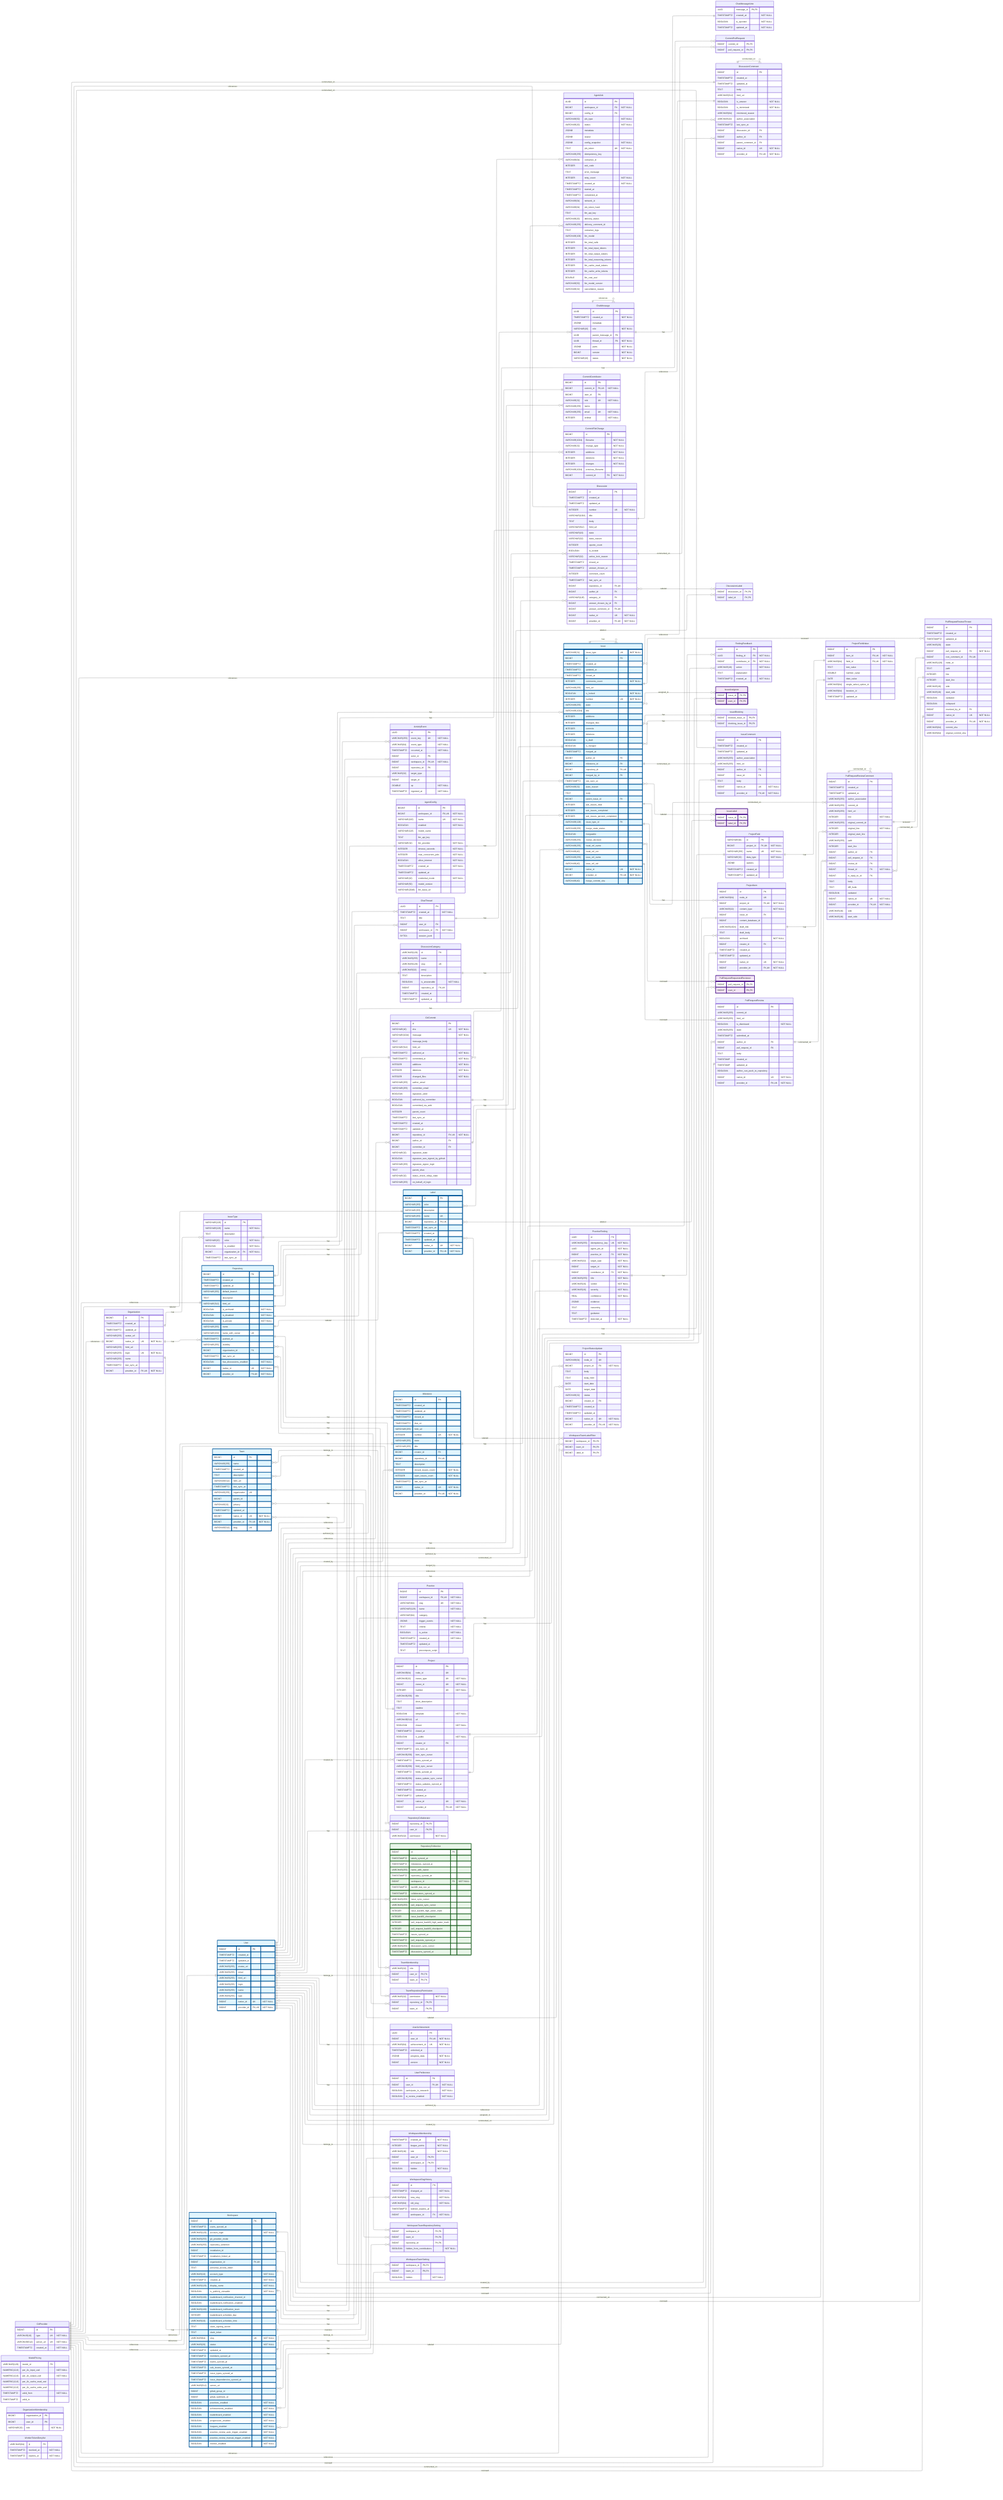
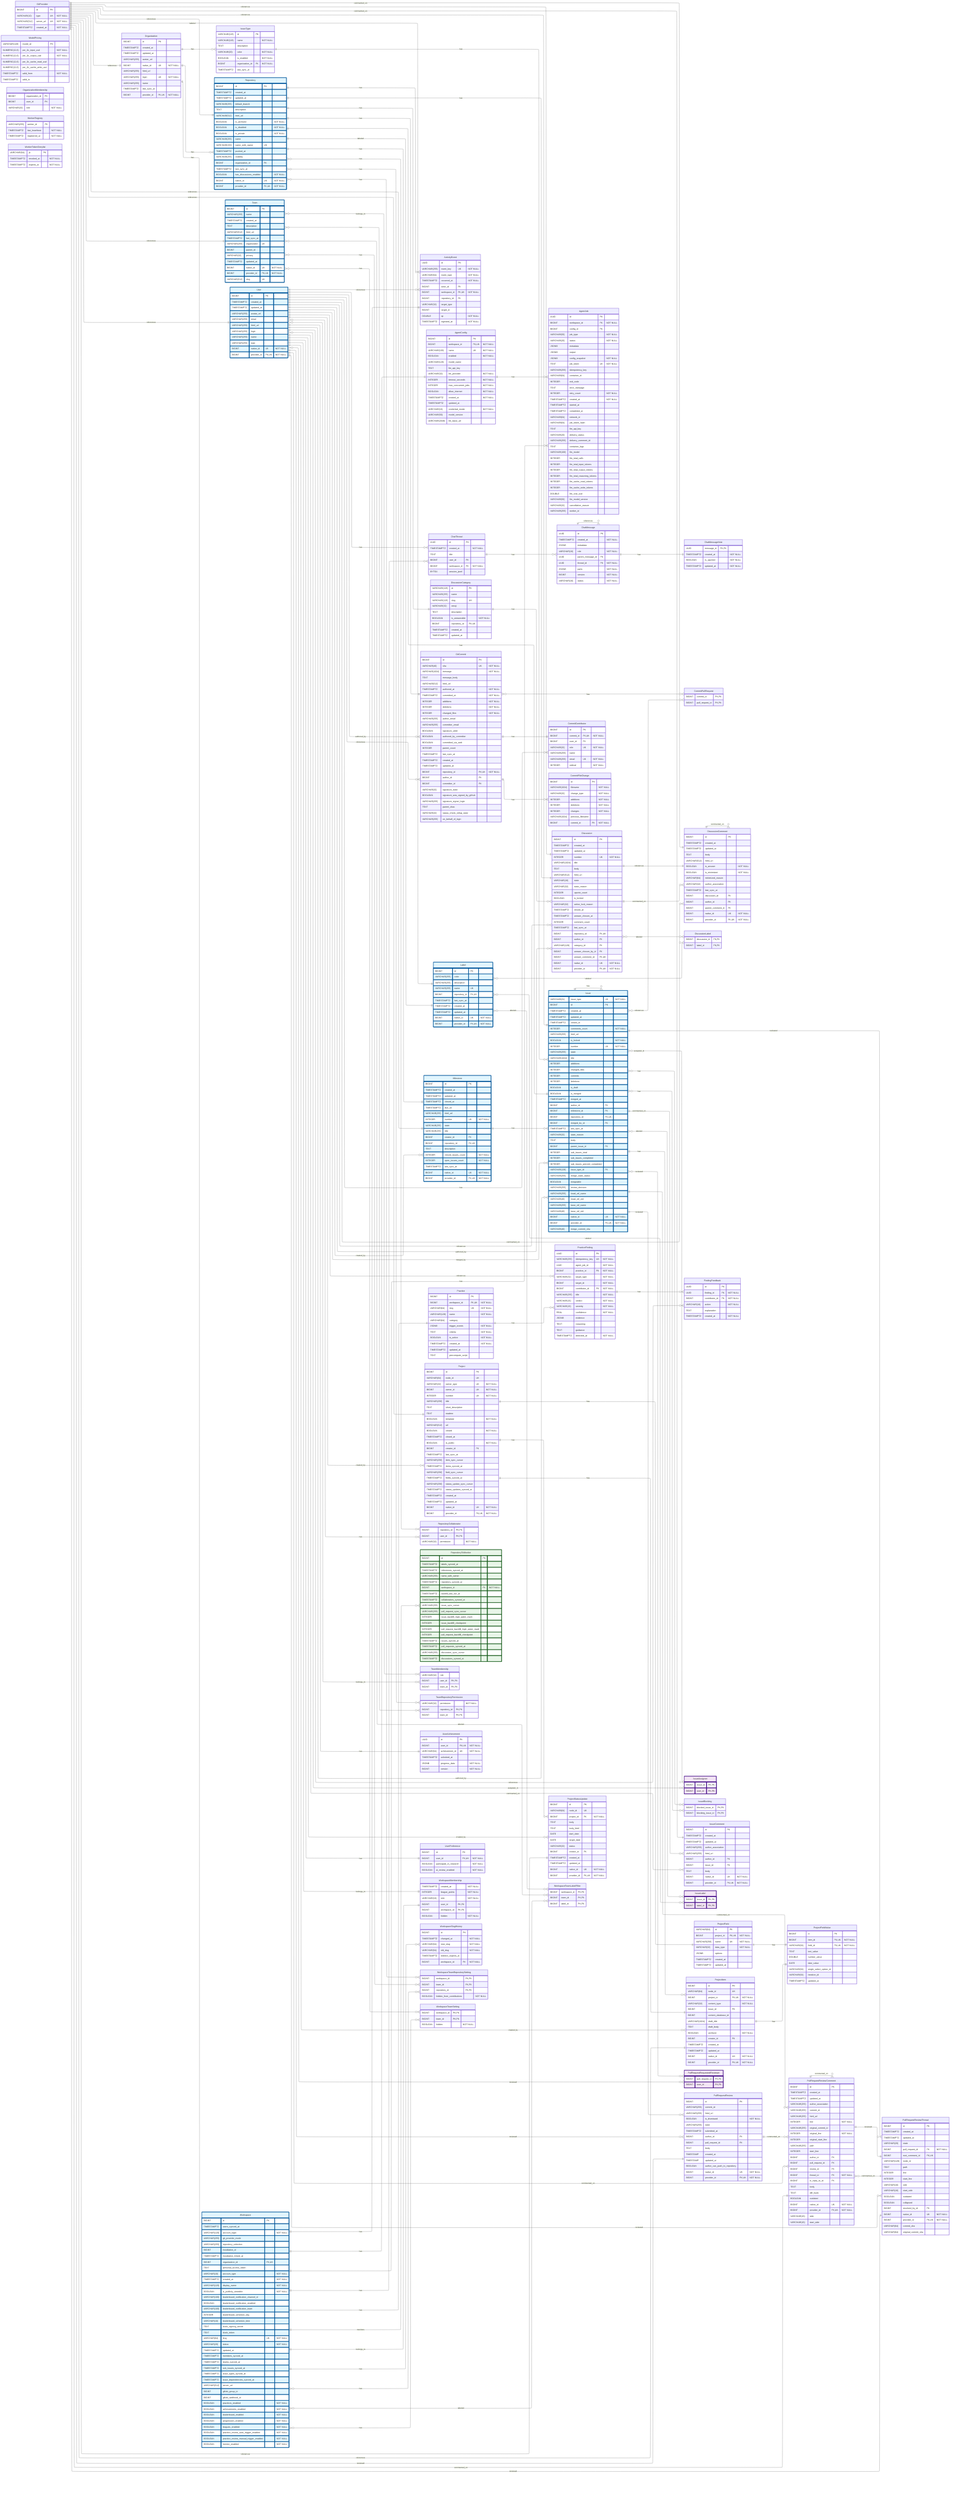
---
config:
    layout: elk
---
erDiagram
    %% Generated automatically from PostgreSQL database schema
    %% using scripts/generate-mermaid-erd.ts
    %% To regenerate: pnpm run db:generate-erd-docs

    direction LR

    ActivityEvent {
        UUID id PK
        VARCHAR(255) event_key UK "NOT NULL"
        VARCHAR(64) event_type "NOT NULL"
        TIMESTAMPTZ occurred_at "NOT NULL"
        BIGINT actor_id FK
        BIGINT workspace_id FK,UK "NOT NULL"
        BIGINT repository_id FK
        VARCHAR(32) target_type
        BIGINT target_id
        DOUBLE xp "NOT NULL"
        TIMESTAMPTZ ingested_at "NOT NULL"
    }

    AgentConfig {
        BIGINT id PK
        BIGINT workspace_id FK,UK "NOT NULL"
        VARCHAR(100) name UK "NOT NULL"
        BOOLEAN enabled "NOT NULL"
        VARCHAR(128) model_name
        TEXT llm_api_key
        VARCHAR(32) llm_provider "NOT NULL"
        INTEGER timeout_seconds "NOT NULL"
        INTEGER max_concurrent_jobs "NOT NULL"
        BOOLEAN allow_internet "NOT NULL"
        TIMESTAMPTZ created_at "NOT NULL"
        TIMESTAMPTZ updated_at
        VARCHAR(16) credential_mode "NOT NULL"
        VARCHAR(50) model_version
        VARCHAR(2048) llm_base_url
    }

    AgentJob {
        UUID id PK
        BIGINT workspace_id FK "NOT NULL"
        BIGINT config_id FK
        VARCHAR(50) job_type "NOT NULL"
        VARCHAR(20) status "NOT NULL"
        JSONB metadata
        JSONB output
        JSONB config_snapshot "NOT NULL"
        TEXT job_token UK "NOT NULL"
        VARCHAR(255) idempotency_key
        VARCHAR(64) container_id
        INTEGER exit_code
        TEXT error_message
        INTEGER retry_count "NOT NULL"
        TIMESTAMPTZ created_at "NOT NULL"
        TIMESTAMPTZ started_at
        TIMESTAMPTZ completed_at
        VARCHAR(64) network_id
        VARCHAR(64) job_token_hash
        TEXT llm_api_key
        VARCHAR(20) delivery_status
        VARCHAR(255) delivery_comment_id
        TEXT container_logs
        VARCHAR(100) llm_model
        INTEGER llm_total_calls
        INTEGER llm_total_input_tokens
        INTEGER llm_total_output_tokens
        INTEGER llm_total_reasoning_tokens
        INTEGER llm_cache_read_tokens
        INTEGER llm_cache_write_tokens
        DOUBLE llm_cost_usd
        VARCHAR(50) llm_model_version
        VARCHAR(32) cancellation_reason
+         VARCHAR(255) worker_id
    }

    ChatMessage {
        UUID id PK
        TIMESTAMPTZ created_at "NOT NULL"
        JSONB metadata
        VARCHAR(16) role "NOT NULL"
        UUID parent_message_id FK
        UUID thread_id FK "NOT NULL"
        JSONB parts "NOT NULL"
        BIGINT version "NOT NULL"
        VARCHAR(16) status "NOT NULL"
    }

    ChatMessageVote {
        UUID message_id PK,FK
        TIMESTAMPTZ created_at "NOT NULL"
        BOOLEAN is_upvoted "NOT NULL"
        TIMESTAMPTZ updated_at "NOT NULL"
    }

    ChatThread {
        UUID id PK
        TIMESTAMPTZ created_at "NOT NULL"
        TEXT title
        BIGINT user_id FK
        BIGINT workspace_id FK "NOT NULL"
        BYTEA session_jsonl
    }

    CommitContributor {
        BIGINT id PK
        BIGINT commit_id FK,UK "NOT NULL"
        BIGINT user_id FK
        VARCHAR(32) role UK "NOT NULL"
        VARCHAR(255) name
        VARCHAR(255) email UK "NOT NULL"
        INTEGER ordinal "NOT NULL"
    }

    CommitFileChange {
        BIGINT id PK
        VARCHAR(1024) filename "NOT NULL"
        VARCHAR(32) change_type "NOT NULL"
        INTEGER additions "NOT NULL"
        INTEGER deletions "NOT NULL"
        INTEGER changes "NOT NULL"
        VARCHAR(1024) previous_filename
        BIGINT commit_id FK "NOT NULL"
    }

    CommitPullRequest {
        BIGINT commit_id PK,FK
        BIGINT pull_request_id PK,FK
    }

    Discussion {
        BIGINT id PK
        TIMESTAMPTZ created_at
        TIMESTAMPTZ updated_at
        INTEGER number UK "NOT NULL"
        VARCHAR(1024) title
        TEXT body
        VARCHAR(512) html_url
        VARCHAR(16) state
        VARCHAR(32) state_reason
        INTEGER upvote_count
        BOOLEAN is_locked
        VARCHAR(32) active_lock_reason
        TIMESTAMPTZ closed_at
        TIMESTAMPTZ answer_chosen_at
        INTEGER comment_count
        TIMESTAMPTZ last_sync_at
        BIGINT repository_id FK,UK
        BIGINT author_id FK
        VARCHAR(128) category_id FK
        BIGINT answer_chosen_by_id FK
        BIGINT answer_comment_id FK,UK
        BIGINT native_id UK "NOT NULL"
        BIGINT provider_id FK,UK "NOT NULL"
    }

    DiscussionCategory {
        VARCHAR(128) id PK
        VARCHAR(255) name
        VARCHAR(128) slug UK
        VARCHAR(32) emoji
        TEXT description
        BOOLEAN is_answerable "NOT NULL"
        BIGINT repository_id FK,UK
        TIMESTAMPTZ created_at
        TIMESTAMPTZ updated_at
    }

    DiscussionComment {
        BIGINT id PK
        TIMESTAMPTZ created_at
        TIMESTAMPTZ updated_at
        TEXT body
        VARCHAR(512) html_url
        BOOLEAN is_answer "NOT NULL"
        BOOLEAN is_minimized "NOT NULL"
        VARCHAR(64) minimized_reason
        VARCHAR(32) author_association
        TIMESTAMPTZ last_sync_at
        BIGINT discussion_id FK
        BIGINT author_id FK
        BIGINT parent_comment_id FK
        BIGINT native_id UK "NOT NULL"
        BIGINT provider_id FK,UK "NOT NULL"
    }

    DiscussionLabel {
        BIGINT discussion_id PK,FK
        BIGINT label_id PK,FK
    }

    FindingFeedback {
        UUID id PK
        UUID finding_id FK "NOT NULL"
        BIGINT contributor_id FK "NOT NULL"
        VARCHAR(16) action "NOT NULL"
        TEXT explanation
        TIMESTAMPTZ created_at "NOT NULL"
    }

    GitCommit {
        BIGINT id PK
        VARCHAR(40) sha UK "NOT NULL"
        VARCHAR(1024) message "NOT NULL"
        TEXT message_body
        VARCHAR(512) html_url
        TIMESTAMPTZ authored_at "NOT NULL"
        TIMESTAMPTZ committed_at "NOT NULL"
        INTEGER additions "NOT NULL"
        INTEGER deletions "NOT NULL"
        INTEGER changed_files "NOT NULL"
        VARCHAR(255) author_email
        VARCHAR(255) committer_email
        BOOLEAN signature_valid
        BOOLEAN authored_by_committer
        BOOLEAN committed_via_web
        INTEGER parent_count
        TIMESTAMPTZ last_sync_at
        TIMESTAMPTZ created_at
        TIMESTAMPTZ updated_at
        BIGINT repository_id FK,UK "NOT NULL"
        BIGINT author_id FK
        BIGINT committer_id FK
        VARCHAR(32) signature_state
        BOOLEAN signature_was_signed_by_github
        VARCHAR(255) signature_signer_login
        TEXT parent_shas
        VARCHAR(32) status_check_rollup_state
        VARCHAR(255) on_behalf_of_login
    }

    GitProvider {
        BIGINT id PK
        VARCHAR(10) type UK "NOT NULL"
        VARCHAR(512) server_url UK "NOT NULL"
        TIMESTAMPTZ created_at "NOT NULL"
    }

    Issue {
        VARCHAR(31) issue_type UK "NOT NULL"
        BIGINT id PK
        TIMESTAMPTZ created_at
        TIMESTAMPTZ updated_at
        TIMESTAMPTZ closed_at
        INTEGER comments_count "NOT NULL"
        VARCHAR(255) html_url
        BOOLEAN is_locked "NOT NULL"
        INTEGER number UK "NOT NULL"
        VARCHAR(255) state
        VARCHAR(1024) title
        INTEGER additions
        INTEGER changed_files
        INTEGER commits
        INTEGER deletions
        BOOLEAN is_draft
        BOOLEAN is_merged
        TIMESTAMPTZ merged_at
        BIGINT author_id FK
        BIGINT milestone_id FK
        BIGINT repository_id FK,UK
        BIGINT merged_by_id FK
        TIMESTAMPTZ last_sync_at
        VARCHAR(32) state_reason
        TEXT body
        BIGINT parent_issue_id FK
        INTEGER sub_issues_total
        INTEGER sub_issues_completed
        INTEGER sub_issues_percent_completed
        VARCHAR(128) issue_type_id FK
        VARCHAR(255) merge_state_status
        BOOLEAN mergeable
        VARCHAR(255) review_decision
        VARCHAR(255) head_ref_name
        VARCHAR(40) head_ref_oid
        VARCHAR(255) base_ref_name
        VARCHAR(40) base_ref_oid
        BIGINT native_id UK "NOT NULL"
        BIGINT provider_id FK,UK "NOT NULL"
        VARCHAR(40) merge_commit_sha
    }

    IssueAssignee {
        BIGINT issue_id PK,FK
        BIGINT user_id PK,FK
    }

    IssueBlocking {
        BIGINT blocked_issue_id PK,FK
        BIGINT blocking_issue_id PK,FK
    }

    IssueComment {
        BIGINT id PK
        TIMESTAMPTZ created_at
        TIMESTAMPTZ updated_at
        VARCHAR(255) author_association
        VARCHAR(255) html_url
        BIGINT author_id FK
        BIGINT issue_id FK
        TEXT body
        BIGINT native_id UK "NOT NULL"
        BIGINT provider_id FK,UK "NOT NULL"
    }

    IssueLabel {
        BIGINT issue_id PK,FK
        BIGINT label_id PK,FK
    }

    IssueType {
        VARCHAR(128) id PK
        VARCHAR(128) name "NOT NULL"
        TEXT description
        VARCHAR(20) color "NOT NULL"
        BOOLEAN is_enabled "NOT NULL"
        BIGINT organization_id FK "NOT NULL"
        TIMESTAMPTZ last_sync_at
    }

    Label {
        BIGINT id PK
        VARCHAR(255) color
        VARCHAR(255) description
        VARCHAR(255) name UK
        BIGINT repository_id FK,UK
        TIMESTAMPTZ last_sync_at
        TIMESTAMPTZ created_at
        TIMESTAMPTZ updated_at
        BIGINT native_id UK "NOT NULL"
        BIGINT provider_id FK,UK "NOT NULL"
    }

    Milestone {
        BIGINT id PK
        TIMESTAMPTZ created_at
        TIMESTAMPTZ updated_at
        TIMESTAMPTZ closed_at
        TIMESTAMPTZ due_on
        VARCHAR(255) html_url
        INTEGER number UK "NOT NULL"
        VARCHAR(255) state
        VARCHAR(255) title
        BIGINT creator_id FK
        BIGINT repository_id FK,UK
        TEXT description
        INTEGER closed_issues_count "NOT NULL"
        INTEGER open_issues_count "NOT NULL"
        TIMESTAMPTZ last_sync_at
        BIGINT native_id UK "NOT NULL"
        BIGINT provider_id FK,UK "NOT NULL"
    }

    ModelPricing {
        VARCHAR(128) model_id PK
        NUMERIC(12,6) per_1k_input_usd "NOT NULL"
        NUMERIC(12,6) per_1k_output_usd "NOT NULL"
        NUMERIC(12,6) per_1k_cache_read_usd
        NUMERIC(12,6) per_1k_cache_write_usd
        TIMESTAMPTZ valid_from "NOT NULL"
        TIMESTAMPTZ valid_to
    }

    Organization {
        BIGINT id PK
        TIMESTAMPTZ created_at
        TIMESTAMPTZ updated_at
        VARCHAR(255) avatar_url
        BIGINT native_id UK "NOT NULL"
        VARCHAR(255) html_url
        VARCHAR(255) login UK "NOT NULL"
        VARCHAR(255) name
        TIMESTAMPTZ last_sync_at
        BIGINT provider_id FK,UK "NOT NULL"
    }

    OrganizationMembership {
        BIGINT organization_id PK
        BIGINT user_id PK
        VARCHAR(32) role "NOT NULL"
    }

    Practice {
        BIGINT id PK
        BIGINT workspace_id FK,UK "NOT NULL"
        VARCHAR(64) slug UK "NOT NULL"
        VARCHAR(128) name "NOT NULL"
        VARCHAR(64) category
        JSONB trigger_events "NOT NULL"
        TEXT criteria "NOT NULL"
        BOOLEAN is_active "NOT NULL"
        TIMESTAMPTZ created_at "NOT NULL"
        TIMESTAMPTZ updated_at
        TEXT precompute_script
    }

    PracticeFinding {
        UUID id PK
        VARCHAR(255) idempotency_key UK "NOT NULL"
        UUID agent_job_id "NOT NULL"
        BIGINT practice_id FK "NOT NULL"
        VARCHAR(32) target_type "NOT NULL"
        BIGINT target_id "NOT NULL"
        BIGINT contributor_id FK "NOT NULL"
        VARCHAR(255) title "NOT NULL"
        VARCHAR(16) verdict "NOT NULL"
        VARCHAR(16) severity "NOT NULL"
        REAL confidence "NOT NULL"
        JSONB evidence
        TEXT reasoning
        TEXT guidance
        TIMESTAMPTZ detected_at "NOT NULL"
    }

    Project {
        BIGINT id PK
        VARCHAR(64) node_id UK
        VARCHAR(32) owner_type UK "NOT NULL"
        BIGINT owner_id UK "NOT NULL"
        INTEGER number UK "NOT NULL"
        VARCHAR(256) title
        TEXT short_description
        TEXT readme
        BOOLEAN template "NOT NULL"
        VARCHAR(512) url
        BOOLEAN closed "NOT NULL"
        TIMESTAMPTZ closed_at
        BOOLEAN is_public "NOT NULL"
        BIGINT creator_id FK
        TIMESTAMPTZ last_sync_at
        VARCHAR(256) item_sync_cursor
        TIMESTAMPTZ items_synced_at
        VARCHAR(256) field_sync_cursor
        TIMESTAMPTZ fields_synced_at
        VARCHAR(256) status_update_sync_cursor
        TIMESTAMPTZ status_updates_synced_at
        TIMESTAMPTZ created_at
        TIMESTAMPTZ updated_at
        BIGINT native_id UK "NOT NULL"
        BIGINT provider_id FK,UK "NOT NULL"
    }

    ProjectField {
        VARCHAR(64) id PK
        BIGINT project_id FK,UK "NOT NULL"
        VARCHAR(256) name UK "NOT NULL"
        VARCHAR(32) data_type "NOT NULL"
        JSONB options
        TIMESTAMPTZ created_at
        TIMESTAMPTZ updated_at
    }

    ProjectFieldValue {
        BIGINT id PK
        BIGINT item_id FK,UK "NOT NULL"
        VARCHAR(64) field_id FK,UK "NOT NULL"
        TEXT text_value
        DOUBLE number_value
        DATE date_value
        VARCHAR(64) single_select_option_id
        VARCHAR(64) iteration_id
        TIMESTAMPTZ updated_at
    }

    ProjectItem {
        BIGINT id PK
        VARCHAR(64) node_id UK
        BIGINT project_id FK,UK "NOT NULL"
        VARCHAR(32) content_type "NOT NULL"
        BIGINT issue_id FK
        BIGINT content_database_id
        VARCHAR(1024) draft_title
        TEXT draft_body
        BOOLEAN archived "NOT NULL"
        BIGINT creator_id FK
        TIMESTAMPTZ created_at
        TIMESTAMPTZ updated_at
        BIGINT native_id UK "NOT NULL"
        BIGINT provider_id FK,UK "NOT NULL"
    }

    ProjectStatusUpdate {
        BIGINT id PK
        VARCHAR(64) node_id UK
        BIGINT project_id FK "NOT NULL"
        TEXT body
        TEXT body_html
        DATE start_date
        DATE target_date
        VARCHAR(32) status
        BIGINT creator_id FK
        TIMESTAMPTZ created_at
        TIMESTAMPTZ updated_at
        BIGINT native_id UK "NOT NULL"
        BIGINT provider_id FK,UK "NOT NULL"
    }

    PullRequestRequestedReviewer {
        BIGINT pull_request_id PK,FK
        BIGINT user_id PK,FK
    }

    PullRequestReview {
        BIGINT id PK
        VARCHAR(255) commit_id
        VARCHAR(255) html_url
        BOOLEAN is_dismissed "NOT NULL"
        VARCHAR(255) state
        TIMESTAMPTZ submitted_at
        BIGINT author_id FK
        BIGINT pull_request_id FK
        TEXT body
        TIMESTAMP created_at
        TIMESTAMP updated_at
        BOOLEAN author_can_push_to_repository
        BIGINT native_id UK "NOT NULL"
        BIGINT provider_id FK,UK "NOT NULL"
    }

    PullRequestReviewComment {
        BIGINT id PK
        TIMESTAMPTZ created_at
        TIMESTAMPTZ updated_at
        VARCHAR(255) author_association
        VARCHAR(255) commit_id
        VARCHAR(255) html_url
        INTEGER line "NOT NULL"
        VARCHAR(255) original_commit_id
        INTEGER original_line "NOT NULL"
        INTEGER original_start_line
        VARCHAR(255) path
        INTEGER start_line
        BIGINT author_id FK
        BIGINT pull_request_id FK
        BIGINT review_id FK
        BIGINT thread_id FK "NOT NULL"
        BIGINT in_reply_to_id FK
        TEXT body
        TEXT diff_hunk
        BOOLEAN outdated
        BIGINT native_id UK "NOT NULL"
        BIGINT provider_id FK,UK "NOT NULL"
        VARCHAR(16) side
        VARCHAR(16) start_side
    }

    PullRequestReviewThread {
        BIGINT id PK
        TIMESTAMPTZ created_at
        TIMESTAMPTZ updated_at
        VARCHAR(20) state
        BIGINT pull_request_id FK "NOT NULL"
        BIGINT root_comment_id FK,UK
        VARCHAR(128) node_id
        TEXT path
        INTEGER line
        INTEGER start_line
        VARCHAR(16) side
        VARCHAR(16) start_side
        BOOLEAN outdated
        BOOLEAN collapsed
        BIGINT resolved_by_id FK
        BIGINT native_id UK "NOT NULL"
        BIGINT provider_id FK,UK "NOT NULL"
        VARCHAR(64) commit_sha
        VARCHAR(64) original_commit_sha
    }

    Repository {
        BIGINT id PK
        TIMESTAMPTZ created_at
        TIMESTAMPTZ updated_at
        VARCHAR(255) default_branch
        TEXT description
        VARCHAR(512) html_url
        BOOLEAN is_archived "NOT NULL"
        BOOLEAN is_disabled "NOT NULL"
        BOOLEAN is_private "NOT NULL"
        VARCHAR(255) name
        VARCHAR(150) name_with_owner UK
        TIMESTAMPTZ pushed_at
        VARCHAR(255) visibility
        BIGINT organization_id FK
        TIMESTAMPTZ last_sync_at
        BOOLEAN has_discussions_enabled "NOT NULL"
        BIGINT native_id UK "NOT NULL"
        BIGINT provider_id FK,UK "NOT NULL"
    }

    RepositoryCollaborator {
        BIGINT repository_id PK,FK
        BIGINT user_id PK,FK
        VARCHAR(32) permission "NOT NULL"
    }

    RepositoryToMonitor {
        BIGINT id PK
        TIMESTAMPTZ labels_synced_at
        TIMESTAMPTZ milestones_synced_at
        VARCHAR(255) name_with_owner
        TIMESTAMPTZ repository_synced_at
        BIGINT workspace_id FK "NOT NULL"
        TIMESTAMPTZ backfill_last_run_at
        TIMESTAMPTZ collaborators_synced_at
        VARCHAR(255) issue_sync_cursor
        VARCHAR(255) pull_request_sync_cursor
        INTEGER issue_backfill_high_water_mark
        INTEGER issue_backfill_checkpoint
        INTEGER pull_request_backfill_high_water_mark
        INTEGER pull_request_backfill_checkpoint
        TIMESTAMPTZ issues_synced_at
        TIMESTAMPTZ pull_requests_synced_at
        VARCHAR(255) discussion_sync_cursor
        TIMESTAMPTZ discussions_synced_at
    }

    Team {
        BIGINT id PK
        VARCHAR(255) name
        TIMESTAMPTZ created_at
        TEXT description
        VARCHAR(512) html_url
        TIMESTAMPTZ last_sync_at
        VARCHAR(255) organization UK
        BIGINT parent_id
        VARCHAR(32) privacy
        TIMESTAMPTZ updated_at
        BIGINT native_id UK "NOT NULL"
        BIGINT provider_id FK,UK "NOT NULL"
        VARCHAR(512) slug UK
    }

    TeamMembership {
        VARCHAR(32) role
        BIGINT user_id PK,FK
        BIGINT team_id PK,FK
    }

    TeamRepositoryPermission {
        VARCHAR(32) permission "NOT NULL"
        BIGINT repository_id PK,FK
        BIGINT team_id PK,FK
    }

    User {
        BIGINT id PK
        TIMESTAMPTZ created_at
        TIMESTAMPTZ updated_at
        VARCHAR(255) avatar_url
        VARCHAR(255) email
        VARCHAR(255) html_url
        VARCHAR(255) login
        VARCHAR(255) name
        VARCHAR(255) type
        BIGINT native_id UK "NOT NULL"
        BIGINT provider_id FK,UK "NOT NULL"
    }

    UserAchievement {
        UUID id PK
        BIGINT user_id FK,UK "NOT NULL"
        VARCHAR(64) achievement_id UK "NOT NULL"
        TIMESTAMPTZ unlocked_at
        JSONB progress_data "NOT NULL"
        BIGINT version "NOT NULL"
    }

    UserPreference {
        BIGINT id PK
        BIGINT user_id FK,UK "NOT NULL"
        BOOLEAN participate_in_research "NOT NULL"
        BOOLEAN ai_review_enabled "NOT NULL"
+     }
+ 
+     WorkerRegistry {
+         VARCHAR(255) worker_id PK
+         TIMESTAMPTZ last_heartbeat "NOT NULL"
+         TIMESTAMPTZ registered_at "NOT NULL"
    }

    WorkerTokenDenylist {
        VARCHAR(64) jti PK
        TIMESTAMPTZ revoked_at "NOT NULL"
        TIMESTAMPTZ expires_at "NOT NULL"
    }

    Workspace {
        BIGINT id PK
        TIMESTAMPTZ users_synced_at
        VARCHAR(120) account_login "NOT NULL"
        VARCHAR(255) git_provider_mode
        VARCHAR(255) repository_selection
        BIGINT installation_id
        TIMESTAMPTZ installation_linked_at
        BIGINT organization_id FK,UK
        TEXT personal_access_token
        VARCHAR(10) account_type "NOT NULL"
        TIMESTAMPTZ created_at "NOT NULL"
        VARCHAR(120) display_name "NOT NULL"
        BOOLEAN is_publicly_viewable "NOT NULL"
        VARCHAR(100) leaderboard_notification_channel_id
        BOOLEAN leaderboard_notification_enabled
        VARCHAR(100) leaderboard_notification_team
        INTEGER leaderboard_schedule_day
        VARCHAR(10) leaderboard_schedule_time
        TEXT slack_signing_secret
        TEXT slack_token
        VARCHAR(64) slug UK "NOT NULL"
        VARCHAR(20) status "NOT NULL"
        TIMESTAMPTZ updated_at
        TIMESTAMPTZ members_synced_at
        TIMESTAMPTZ teams_synced_at
        TIMESTAMPTZ sub_issues_synced_at
        TIMESTAMPTZ issue_types_synced_at
        TIMESTAMPTZ issue_dependencies_synced_at
        VARCHAR(512) server_url
        BIGINT gitlab_group_id
        BIGINT gitlab_webhook_id
        BOOLEAN practices_enabled "NOT NULL"
        BOOLEAN achievements_enabled "NOT NULL"
        BOOLEAN leaderboard_enabled "NOT NULL"
        BOOLEAN progression_enabled "NOT NULL"
        BOOLEAN leagues_enabled "NOT NULL"
        BOOLEAN practice_review_auto_trigger_enabled "NOT NULL"
        BOOLEAN practice_review_manual_trigger_enabled "NOT NULL"
        BOOLEAN mentor_enabled "NOT NULL"
    }

    WorkspaceMembership {
        TIMESTAMPTZ created_at "NOT NULL"
        INTEGER league_points "NOT NULL"
        VARCHAR(16) role "NOT NULL"
        BIGINT user_id PK,FK
        BIGINT workspace_id PK,FK
        BOOLEAN hidden "NOT NULL"
    }

    WorkspaceSlugHistory {
        BIGINT id PK
        TIMESTAMPTZ changed_at "NOT NULL"
        VARCHAR(64) new_slug "NOT NULL"
        VARCHAR(64) old_slug "NOT NULL"
        TIMESTAMPTZ redirect_expires_at
        BIGINT workspace_id FK "NOT NULL"
    }

    WorkspaceTeamLabelFilter {
        BIGINT workspace_id PK,FK
        BIGINT team_id PK,FK
        BIGINT label_id PK,FK
    }

    WorkspaceTeamRepositorySetting {
        BIGINT workspace_id PK,FK
        BIGINT team_id PK,FK
        BIGINT repository_id PK,FK
        BOOLEAN hidden_from_contributions "NOT NULL"
    }

    WorkspaceTeamSetting {
        BIGINT workspace_id PK,FK
        BIGINT team_id PK,FK
        BOOLEAN hidden "NOT NULL"
    }

    %% Relationships
    %% One-to-One relationships
    Workspace ||--|| ActivityEvent : has
    Workspace ||--|| AgentConfig : has
    ChatMessage ||--|| ChatMessageVote : has
    GitCommit ||--|| CommitContributor : has
    DiscussionComment ||--|| Discussion : references
    GitProvider ||--|| Discussion : references
    Repository ||--|| Discussion : has
    Repository ||--|| DiscussionCategory : has
    GitProvider ||--|| DiscussionComment : commented_on
    Repository ||--|| GitCommit : has
    GitProvider ||--|| Issue : references
    Repository ||--|| Issue : has
    GitProvider ||--|| IssueComment : commented_on
    GitProvider ||--|| Label : labeled
    Repository ||--|| Label : labeled
    GitProvider ||--|| Milestone : references
    Repository ||--|| Milestone : has
    GitProvider ||--|| Organization : references
    Workspace ||--|| Practice : has
    GitProvider ||--|| Project : references
    Project ||--|| ProjectField : has
    ProjectField ||--|| ProjectFieldValue : has
    ProjectItem ||--|| ProjectFieldValue : has
    Project ||--|| ProjectItem : has
    GitProvider ||--|| ProjectItem : references
    GitProvider ||--|| ProjectStatusUpdate : references
    GitProvider ||--|| PullRequestReview : reviewed
    GitProvider ||--|| PullRequestReviewComment : commented_on
    GitProvider ||--|| PullRequestReviewThread : reviewed
    PullRequestReviewComment ||--|| PullRequestReviewThread : reviewed
    GitProvider ||--|| Repository : references
    GitProvider ||--|| Team : references
    GitProvider ||--|| User : references
    User ||--|| UserAchievement : has
    User ||--|| UserPreference : has
    Organization ||--|| Workspace : has
    User ||--|| WorkspaceMembership : belongs_to
    Workspace ||--|| WorkspaceMembership : belongs_to

    %% One-to-Many relationships
    User ||--o{ ActivityEvent : references
    Repository ||--o{ ActivityEvent : has
    AgentConfig ||--o{ AgentJob : has
    Workspace ||--o{ AgentJob : has
    ChatMessage ||--o{ ChatMessage : references
    ChatThread ||--o{ ChatMessage : has
    User ||--o{ ChatThread : has
    Workspace ||--o{ ChatThread : has
    User ||--o{ CommitContributor : has
    GitCommit ||--o{ CommitFileChange : has
    User ||--o{ Discussion : references
    User ||--o{ Discussion : authored_by
    DiscussionCategory ||--o{ Discussion : has
    User ||--o{ DiscussionComment : commented_on
    Discussion ||--o{ DiscussionComment : commented_on
    DiscussionComment ||--o{ DiscussionComment : commented_on
    User ||--o{ FindingFeedback : references
    PracticeFinding ||--o{ FindingFeedback : has
    User ||--o{ GitCommit : authored_by
    User ||--o{ GitCommit : references
    User ||--o{ Issue : authored_by
    IssueType ||--o{ Issue : has
    User ||--o{ Issue : merged_by
    Milestone ||--o{ Issue : has
    Issue ||--o{ Issue : has
    User ||--o{ IssueComment : commented_on
    Issue ||--o{ IssueComment : commented_on
    Organization ||--o{ IssueType : has
    User ||--o{ Milestone : created_by
    User ||--o{ PracticeFinding : references
    Practice ||--o{ PracticeFinding : has
    User ||--o{ Project : created_by
    User ||--o{ ProjectItem : created_by
    Issue ||--o{ ProjectItem : has
    User ||--o{ ProjectStatusUpdate : created_by
    Project ||--o{ ProjectStatusUpdate : has
    User ||--o{ PullRequestReview : reviewed
    Issue ||--o{ PullRequestReview : reviewed
    User ||--o{ PullRequestReviewComment : commented_on
    PullRequestReviewComment ||--o{ PullRequestReviewComment : commented_on
    Issue ||--o{ PullRequestReviewComment : commented_on
    PullRequestReview ||--o{ PullRequestReviewComment : commented_on
    PullRequestReviewThread ||--o{ PullRequestReviewComment : commented_on
    Issue ||--o{ PullRequestReviewThread : reviewed
    User ||--o{ PullRequestReviewThread : reviewed
    Organization ||--o{ Repository : has
    Workspace ||--o{ RepositoryToMonitor : monitors
    Workspace ||--o{ WorkspaceSlugHistory : has

    %% Many-to-Many relationships
    GitCommit }o--o{ CommitPullRequest : has
    Issue }o--o{ CommitPullRequest : references
    Discussion }o--o{ DiscussionLabel : labeled
    Label }o--o{ DiscussionLabel : labeled
    Issue }o--o{ IssueAssignee : assigned_to
    User }o--o{ IssueAssignee : assigned_to
    Issue }o--o{ IssueBlocking : has
    Issue }o--o{ IssueBlocking : has
    Issue }o--o{ IssueLabel : labeled
    Label }o--o{ IssueLabel : labeled
    Issue }o--o{ PullRequestRequestedReviewer : reviewed
    User }o--o{ PullRequestRequestedReviewer : reviewed
    Repository }o--o{ RepositoryCollaborator : has
    User }o--o{ RepositoryCollaborator : has
    Team }o--o{ TeamMembership : belongs_to
    User }o--o{ TeamMembership : belongs_to
    Repository }o--o{ TeamRepositoryPermission : has
    Team }o--o{ TeamRepositoryPermission : has
    Label }o--o{ WorkspaceTeamLabelFilter : labeled
    Team }o--o{ WorkspaceTeamLabelFilter : labeled
    Workspace }o--o{ WorkspaceTeamLabelFilter : labeled
    Repository }o--o{ WorkspaceTeamRepositorySetting : has
    Team }o--o{ WorkspaceTeamRepositorySetting : has
    Workspace }o--o{ WorkspaceTeamRepositorySetting : has
    Team }o--o{ WorkspaceTeamSetting : has
    Workspace }o--o{ WorkspaceTeamSetting : has

    %% Styling
    classDef primaryEntity fill:#e1f5fe,stroke:#01579b,stroke-width:2px
    classDef associationEntity fill:#f3e5f5,stroke:#4a148c,stroke-width:2px
    classDef metadataEntity fill:#e8f5e8,stroke:#1b5e20,stroke-width:2px

    class Issue primaryEntity
    class IssueAssignee associationEntity
    class IssueLabel associationEntity
    class Label primaryEntity
    class Milestone primaryEntity
    class PullRequestRequestedReviewer associationEntity
    class Repository primaryEntity
    class RepositoryToMonitor metadataEntity
    class Team primaryEntity
    class User primaryEntity
    class Workspace primaryEntity
